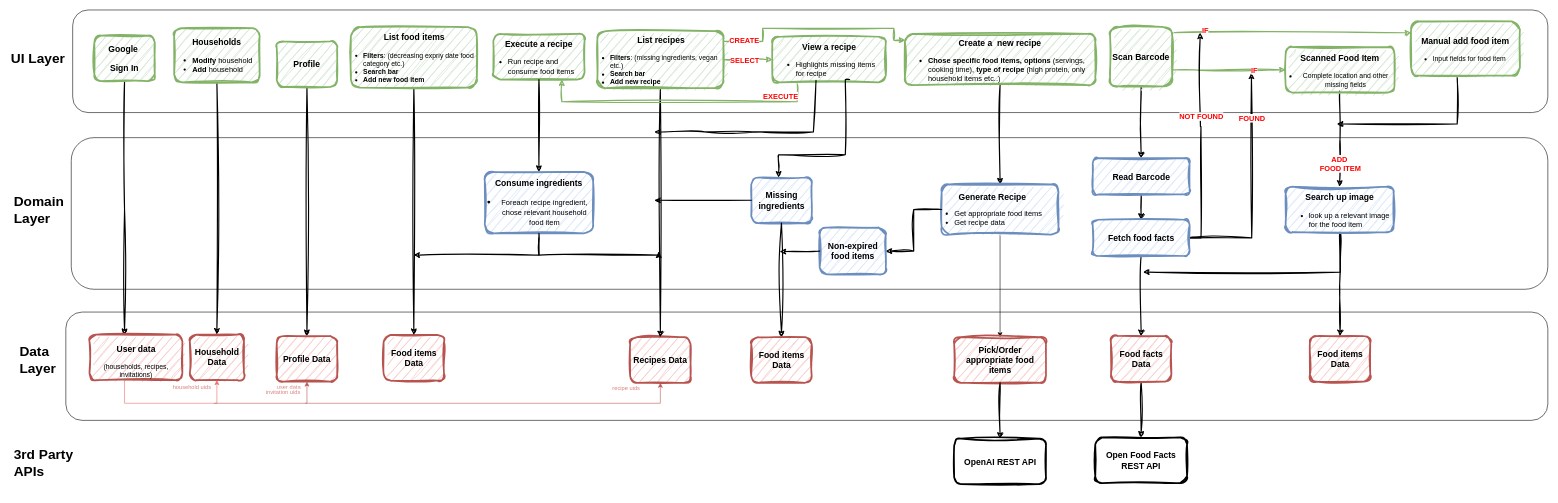
Above: page "Total View" (4 of 4) of docs/ArchitectureDiagram/ArchitectureDiagram.drawio in commit-crimes/shelf-life (draw.io), before the change. Source tidied: cells renumbered, new cells numbered last; positions are measured from the earlier drawing's top-left corner, leaving out a move shared by most shapes. Both pictures are drawn from the tidied source at 57%, with x=0, y=0 at pixel (10, 10).
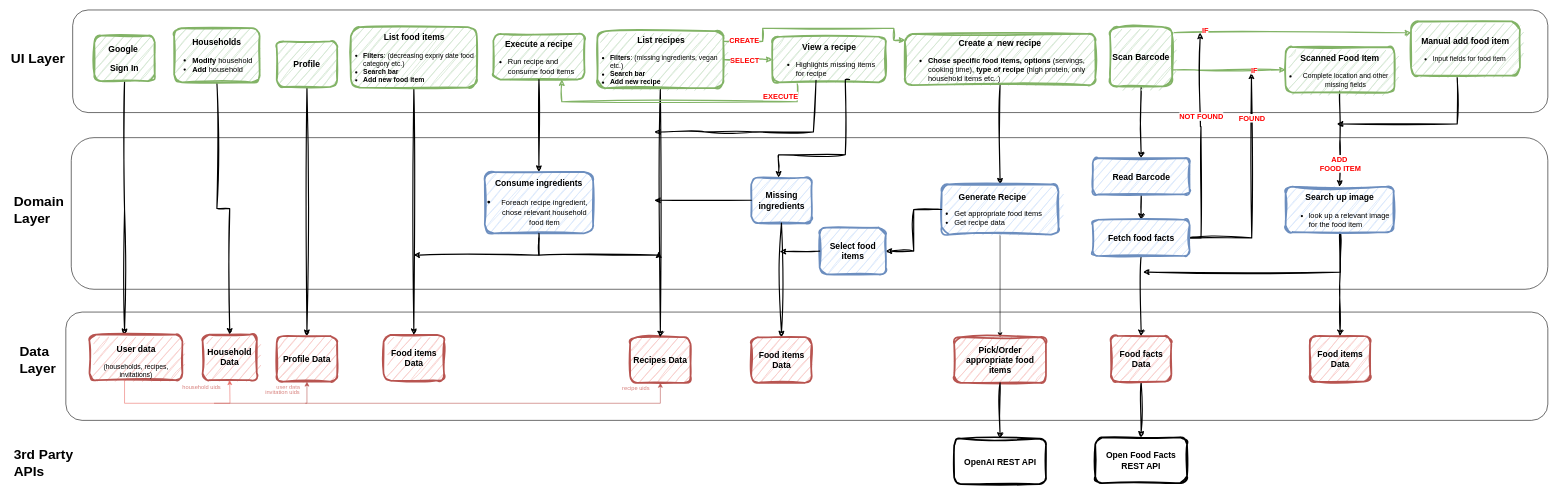
Above is the later version.

Commit message (it also covers changes not shown here):
docs: update architecture diagram

Change to the diagram source:
```diff
@@
     <mxCell id="11" value="&lt;h3 style=&quot;font-size: 15px;&quot;&gt;Household D&lt;span style=&quot;background-color: initial;&quot;&gt;ata&lt;/span&gt;&lt;/h3&gt;" style="rounded=1;whiteSpace=wrap;html=1;fillColor=#f8cecc;strokeColor=#b85450;fillStyle=hatch;strokeWidth=3;perimeterSpacing=0;sketch=1;curveFitting=1;jiggle=2;" parent="1" vertex="1">
-      <mxGeometry x="315.5" y="569.4" width="95" height="80" as="geometry" />
+      <mxGeometry x="338" y="569.4" width="95" height="80" as="geometry" />
     </mxCell>
@@
-    <mxCell id="38" value="&lt;h3 style=&quot;font-size: 15px;&quot;&gt;Non-expired food items&lt;/h3&gt;" style="rounded=1;whiteSpace=wrap;html=1;fillColor=#dae8fc;strokeColor=#6c8ebf;fillStyle=hatch;strokeWidth=3;perimeterSpacing=0;sketch=1;curveFitting=1;jiggle=2;" parent="1" vertex="1">
+    <mxCell id="38" value="&lt;h3 style=&quot;font-size: 15px;&quot;&gt;Select food items&lt;/h3&gt;" style="rounded=1;whiteSpace=wrap;html=1;fillColor=#dae8fc;strokeColor=#6c8ebf;fillStyle=hatch;strokeWidth=3;perimeterSpacing=0;sketch=1;curveFitting=1;jiggle=2;" parent="1" vertex="1">
       <mxGeometry x="1420.5" y="382" width="116" height="81.9" as="geometry" />
     </mxCell>
@@
     <mxCell id="68" style="endArrow=classic;html=1;rounded=0;exitX=0.5;exitY=1;exitDx=0;exitDy=0;entryX=0.5;entryY=1;entryDx=0;entryDy=0;strokeColor=#EA6B66;" parent="1" edge="1" target="11">
       <mxGeometry relative="1" as="geometry">
         <mxPoint x="201" y="649.4" as="sourcePoint" />
         <Array as="points">
           <mxPoint x="201" y="690" />
-          <mxPoint x="363" y="690" />
+          <mxPoint x="386" y="690" />
         </Array>
       </mxGeometry>
     </mxCell>
@@
     <mxCell id="70" value="&lt;font color=&quot;#d7817d&quot; style=&quot;font-size: 10px;&quot;&gt;user data&lt;/font&gt;" style="edgeLabel;html=1;align=center;verticalAlign=middle;" parent="68" vertex="1">
       <mxGeometry x="0.49" y="-2" relative="1" as="geometry">
-        <mxPoint x="147" y="-32" as="offset" />
+        <mxPoint x="129" y="-32" as="offset" />
       </mxGeometry>
     </mxCell>
@@
     <mxCell id="72" value="&lt;font color=&quot;#d7817d&quot; style=&quot;font-size: 10px;&quot;&gt;invitation uids&lt;/font&gt;" style="edgeLabel;html=1;align=center;verticalAlign=middle;" parent="68" vertex="1">
       <mxGeometry x="0.49" y="-2" relative="1" as="geometry">
-        <mxPoint x="137" y="-22" as="offset" />
+        <mxPoint x="119" y="-22" as="offset" />
       </mxGeometry>
     </mxCell>
```
